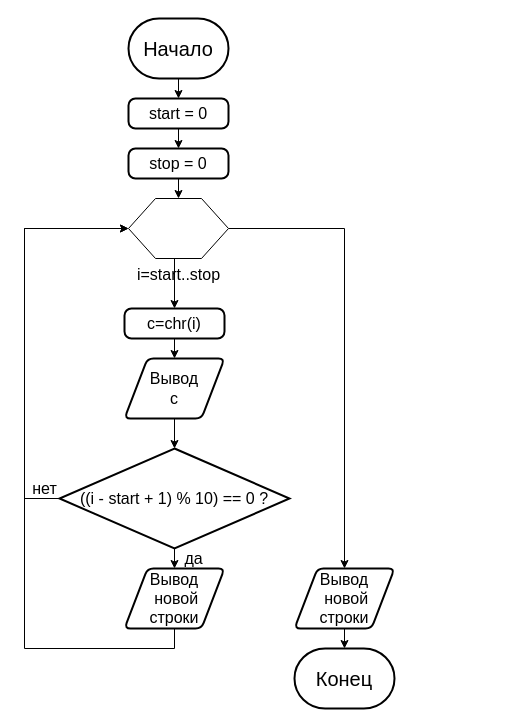
Above: les_2_task_5.drawio in nglaz0v/Python_Algorithms (draw.io), before the change. Source tidied: cells renumbered, new cells numbered last; positions are measured from the earlier drawing's top-left corner, leaving out a move shared by most shapes. Both pictures are drawn from the tidied source at 100%, with x=0, y=0 at pixel (24, 18).
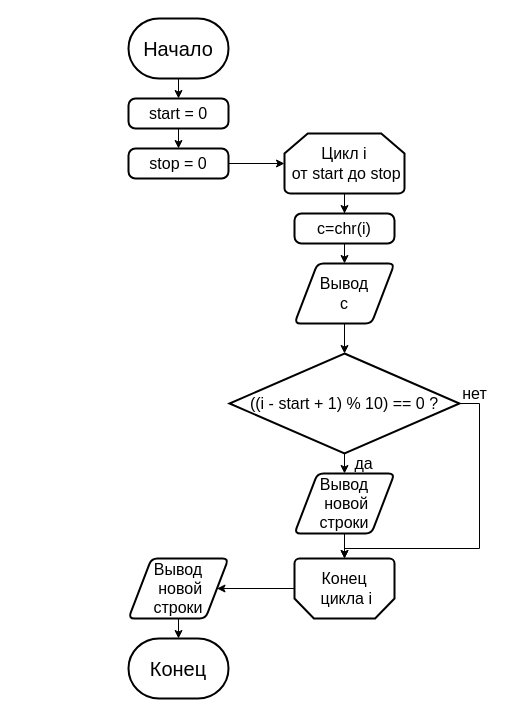
The same page after the edit.

The change refers to these unchanged cells:
```xml
<mxCell id="8" value="stop = 0" style="rounded=1;whiteSpace=wrap;html=1;absoluteArcSize=1;arcSize=14;strokeWidth=2;fontSize=16;" parent="1" vertex="1">
  <mxGeometry x="104" y="130" width="100" height="30" as="geometry" />
</mxCell>
```

Diff of the diagram source:
```diff
@@
     <mxCell id="4" value="Конец" style="strokeWidth=2;html=1;shape=mxgraph.flowchart.terminator;whiteSpace=wrap;fontSize=20;" parent="1" vertex="1">
-      <mxGeometry x="270" y="630" width="100" height="60" as="geometry" />
+      <mxGeometry x="104" y="620" width="100" height="60" as="geometry" />
     </mxCell>
@@
-    <mxCell id="7" style="edgeStyle=orthogonalEdgeStyle;rounded=0;jettySize=auto;html=1;exitX=0.5;exitY=1;exitDx=0;exitDy=0;entryX=0.5;entryY=0;entryDx=0;entryDy=0;fontSize=16;" parent="1" edge="1" source="8" target="11">
-      <mxGeometry relative="1" as="geometry" />
-    </mxCell>
+    <mxCell id="25" style="edgeStyle=orthogonalEdgeStyle;rounded=0;jettySize=auto;html=1;exitX=1;exitY=0.5;exitDx=0;exitDy=0;entryX=0;entryY=0.5;entryDx=0;entryDy=0;entryPerimeter=0;fontSize=16;" parent="1" edge="1" source="8" target="29">
+      <mxGeometry relative="1" as="geometry" />
+    </mxCell>
@@
-    <mxCell id="9" style="edgeStyle=orthogonalEdgeStyle;rounded=0;jettySize=auto;html=1;exitX=0.5;exitY=1;exitDx=0;exitDy=0;entryX=0.5;entryY=0;entryDx=0;entryDy=0;fontSize=16;" parent="1" edge="1" source="11" target="15">
-      <mxGeometry relative="1" as="geometry">
-        <Array as="points">
-          <mxPoint x="150" y="240" />
-        </Array>
-      </mxGeometry>
-    </mxCell>
-    <mxCell id="10" style="edgeStyle=orthogonalEdgeStyle;rounded=0;jettySize=auto;html=1;exitX=1;exitY=0.5;exitDx=0;exitDy=0;entryX=0.5;entryY=0;entryDx=0;entryDy=0;fontSize=16;" parent="1" edge="1" source="11" target="24">
-      <mxGeometry relative="1" as="geometry" />
-    </mxCell>
-    <mxCell id="11" value="i=start..stop" style="verticalLabelPosition=bottom;verticalAlign=top;html=1;shape=hexagon;perimeter=hexagonPerimeter2;arcSize=6;size=0.27;fontSize=16;" parent="1" vertex="1">
-      <mxGeometry x="104" y="180" width="100" height="60" as="geometry" />
-    </mxCell>
@@
     <mxCell id="13" value="Вывод&lt;br&gt;c" style="shape=parallelogram;html=1;strokeWidth=2;perimeter=parallelogramPerimeter;whiteSpace=wrap;rounded=1;arcSize=12;size=0.23;fontSize=16;" parent="1" vertex="1">
-      <mxGeometry x="100" y="340" width="100" height="60" as="geometry" />
+      <mxGeometry x="270" y="245" width="100" height="60" as="geometry" />
     </mxCell>
@@
     <mxCell id="15" value="c=chr(i)" style="rounded=1;whiteSpace=wrap;html=1;absoluteArcSize=1;arcSize=14;strokeWidth=2;fontSize=16;" parent="1" vertex="1">
-      <mxGeometry x="100" y="290" width="100" height="30" as="geometry" />
+      <mxGeometry x="270" y="195" width="100" height="30" as="geometry" />
     </mxCell>
@@
-    <mxCell id="17" style="edgeStyle=orthogonalEdgeStyle;rounded=0;jettySize=auto;html=1;exitX=0;exitY=0.5;exitDx=0;exitDy=0;exitPerimeter=0;entryX=0;entryY=0.5;entryDx=0;entryDy=0;fontSize=16;" parent="1" edge="1" source="18" target="11">
-      <mxGeometry relative="1" as="geometry">
-        <Array as="points">
-          <mxPoint y="480" />
-          <mxPoint y="210" />
-        </Array>
-      </mxGeometry>
-    </mxCell>
+    <mxCell id="26" style="edgeStyle=orthogonalEdgeStyle;rounded=0;jettySize=auto;html=1;exitX=1;exitY=0.5;exitDx=0;exitDy=0;exitPerimeter=0;fontSize=16;" parent="1" edge="1" source="18" target="31">
+      <mxGeometry relative="1" as="geometry">
+        <Array as="points">
+          <mxPoint x="455" y="385" />
+          <mxPoint x="455" y="530" />
+          <mxPoint x="320" y="530" />
+        </Array>
+      </mxGeometry>
+    </mxCell>
     <mxCell id="18" value="((i - start + 1) % 10) == 0 ?" style="strokeWidth=2;html=1;shape=mxgraph.flowchart.decision;whiteSpace=wrap;fontSize=16;" parent="1" vertex="1">
-      <mxGeometry x="35" y="430" width="230" height="100" as="geometry" />
+      <mxGeometry x="205" y="335" width="230" height="100" as="geometry" />
     </mxCell>
-    <mxCell id="19" style="edgeStyle=orthogonalEdgeStyle;rounded=0;jettySize=auto;html=1;exitX=0.5;exitY=1;exitDx=0;exitDy=0;entryX=0;entryY=0.5;entryDx=0;entryDy=0;fontSize=16;" parent="1" edge="1" source="20" target="11">
-      <mxGeometry relative="1" as="geometry">
-        <Array as="points">
-          <mxPoint x="150" y="630" />
-          <mxPoint y="630" />
-          <mxPoint y="210" />
-        </Array>
-      </mxGeometry>
-    </mxCell>
+    <mxCell id="27" style="edgeStyle=orthogonalEdgeStyle;rounded=0;jettySize=auto;html=1;exitX=0.5;exitY=1;exitDx=0;exitDy=0;entryX=0.5;entryY=1;entryDx=0;entryDy=0;entryPerimeter=0;fontSize=16;" parent="1" edge="1" source="20" target="31">
+      <mxGeometry relative="1" as="geometry" />
+    </mxCell>
     <mxCell id="20" value="Вывод&lt;br&gt;&amp;nbsp;новой строки" style="shape=parallelogram;html=1;strokeWidth=2;perimeter=parallelogramPerimeter;whiteSpace=wrap;rounded=1;arcSize=12;size=0.23;fontSize=16;" parent="1" vertex="1">
-      <mxGeometry x="100" y="550" width="100" height="60" as="geometry" />
+      <mxGeometry x="270" y="455" width="100" height="60" as="geometry" />
     </mxCell>
     <mxCell id="21" value="да" style="text;html=1;align=center;verticalAlign=middle;strokeColor=none;fillColor=none;fontSize=16;" parent="1" vertex="1">
-      <mxGeometry x="154" y="530" width="30" height="20" as="geometry" />
+      <mxGeometry x="324" y="435" width="30" height="20" as="geometry" />
     </mxCell>
     <mxCell id="22" value="нет" style="text;html=1;align=center;verticalAlign=middle;strokeColor=none;fillColor=none;fontSize=16;" parent="1" vertex="1">
-      <mxGeometry y="460" width="40" height="20" as="geometry" />
+      <mxGeometry x="430" y="365" width="40" height="20" as="geometry" />
     </mxCell>
@@
     <mxCell id="24" value="Вывод&lt;br&gt;&amp;nbsp;новой строки" style="shape=parallelogram;html=1;strokeWidth=2;perimeter=parallelogramPerimeter;whiteSpace=wrap;rounded=1;arcSize=12;size=0.23;fontSize=16;" parent="1" vertex="1">
-      <mxGeometry x="270" y="550" width="100" height="60" as="geometry" />
+      <mxGeometry x="104" y="540" width="100" height="60" as="geometry" />
     </mxCell>
+    <mxCell id="28" style="edgeStyle=orthogonalEdgeStyle;rounded=0;jettySize=auto;html=1;exitX=0.5;exitY=1;exitDx=0;exitDy=0;exitPerimeter=0;fontSize=16;" parent="1" edge="1" source="29" target="15">
+      <mxGeometry relative="1" as="geometry" />
+    </mxCell>
+    <mxCell id="29" value="Цикл i&lt;br&gt;&amp;nbsp;от start до stop" style="strokeWidth=2;html=1;shape=mxgraph.flowchart.loop_limit;whiteSpace=wrap;fontSize=16;" parent="1" vertex="1">
+      <mxGeometry x="260" y="115" width="120" height="60" as="geometry" />
+    </mxCell>
+    <mxCell id="30" style="edgeStyle=orthogonalEdgeStyle;rounded=0;jettySize=auto;html=1;exitX=1;exitY=0.5;exitDx=0;exitDy=0;exitPerimeter=0;entryX=1;entryY=0.5;entryDx=0;entryDy=0;fontSize=16;" parent="1" edge="1" source="31" target="24">
+      <mxGeometry relative="1" as="geometry" />
+    </mxCell>
+    <mxCell id="31" value="Конец&lt;br&gt;&amp;nbsp;цикла i" style="strokeWidth=2;html=1;shape=mxgraph.flowchart.loop_limit;whiteSpace=wrap;fontSize=16;direction=west;" parent="1" vertex="1">
+      <mxGeometry x="270" y="540" width="100" height="60" as="geometry" />
+    </mxCell>
```
